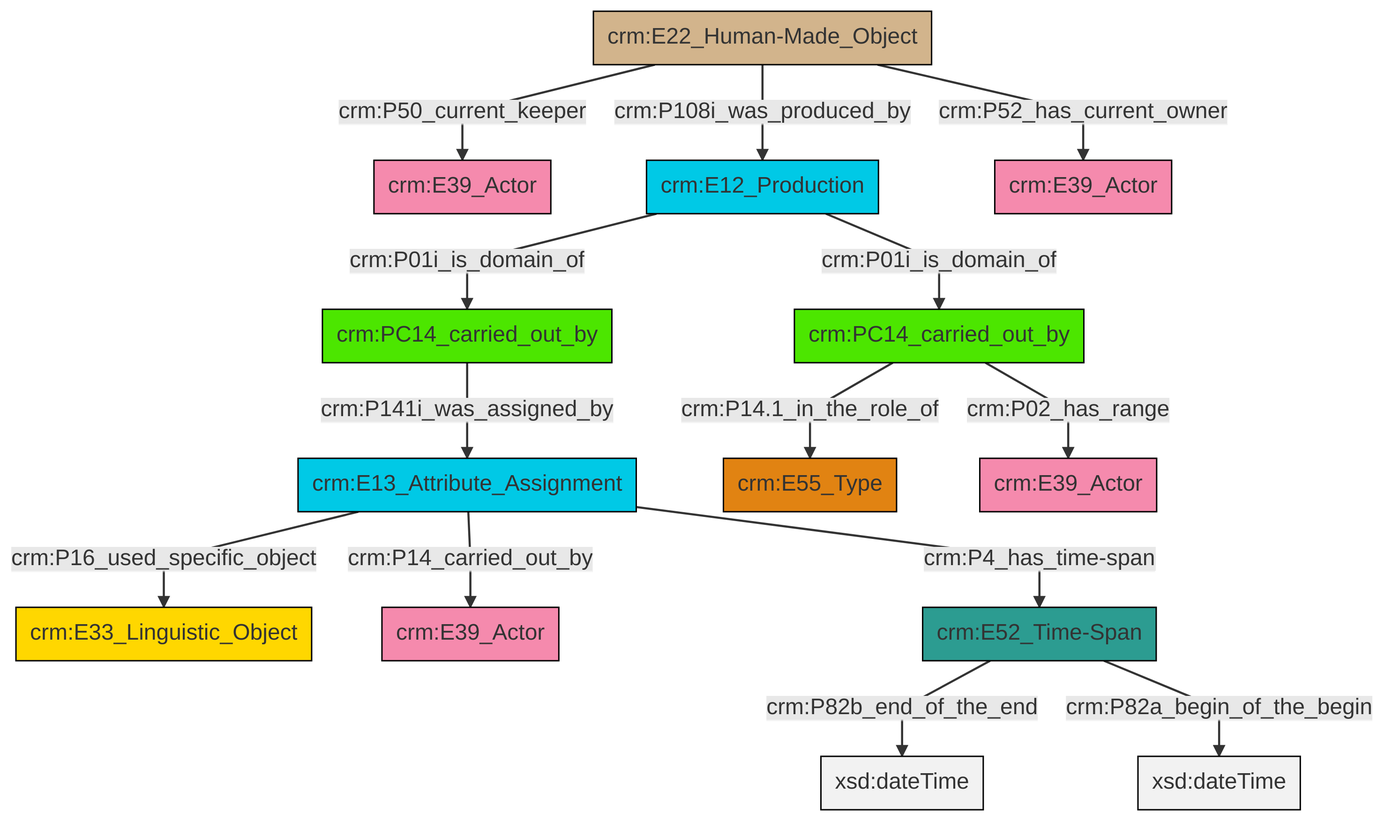
Before: et/carrierCSV/ttl/mmd/png/carrier_relations.png, a diagram exported from Mermaid (swiss-art-research-net/docs.swissartresearch). Its source is kept beside it as et/carrierCSV/ttl/mmd/carrier_relations.ttl.mmd.
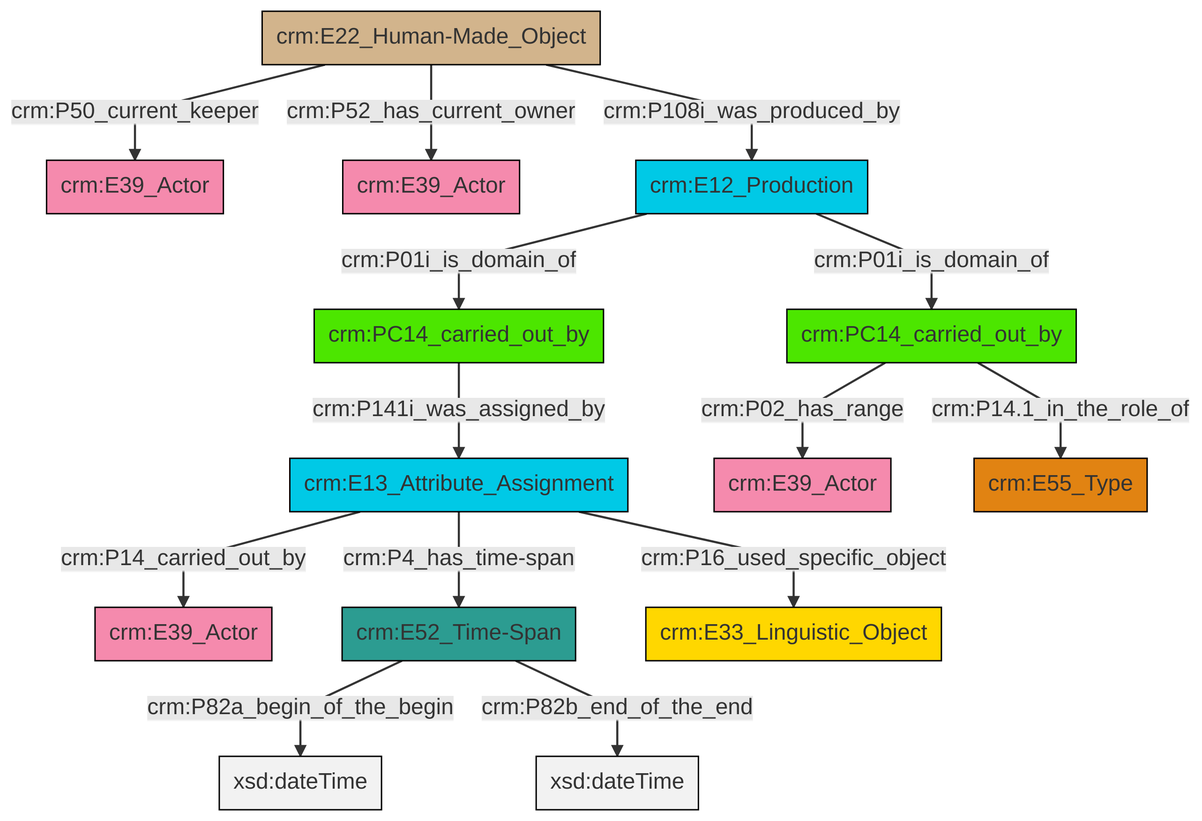
After the change.

What changed in the source:
```diff
@@ -13,16 +13,16 @@
 classDef PC_Classes fill:#4ce600, stroke:#000000;
 classDef Multi fill:#cccccc,stroke:#000000;
 
-0["crm:E52_Time-Span"]:::Time-Span -->|crm:P82b_end_of_the_end| 1[xsd:dateTime]:::Literal
-4["crm:PC14_carried_out_by"]:::PC_Classes -->|crm:P14.1_in_the_role_of| 5["crm:E55_Type"]:::Type
-6["crm:PC14_carried_out_by"]:::PC_Classes -->|crm:P141i_was_assigned_by| 7["crm:E13_Attribute_Assignment"]:::Temporal_Entity
-8["crm:E22_Human-Made_Object"]:::Physical_Thing -->|crm:P50_current_keeper| 9["crm:E39_Actor"]:::Actor
-0["crm:E52_Time-Span"]:::Time-Span -->|crm:P82a_begin_of_the_begin| 12[xsd:dateTime]:::Literal
-8["crm:E22_Human-Made_Object"]:::Physical_Thing -->|crm:P108i_was_produced_by| 10["crm:E12_Production"]:::Temporal_Entity
-7["crm:E13_Attribute_Assignment"]:::Temporal_Entity -->|crm:P16_used_specific_object| 13["crm:E33_Linguistic_Object"]:::Conceptual_Object
-4["crm:PC14_carried_out_by"]:::PC_Classes -->|crm:P02_has_range| 17["crm:E39_Actor"]:::Actor
-8["crm:E22_Human-Made_Object"]:::Physical_Thing -->|crm:P52_has_current_owner| 2["crm:E39_Actor"]:::Actor
-10["crm:E12_Production"]:::Temporal_Entity -->|crm:P01i_is_domain_of| 6["crm:PC14_carried_out_by"]:::PC_Classes
-10["crm:E12_Production"]:::Temporal_Entity -->|crm:P01i_is_domain_of| 4["crm:PC14_carried_out_by"]:::PC_Classes
-7["crm:E13_Attribute_Assignment"]:::Temporal_Entity -->|crm:P14_carried_out_by| 23["crm:E39_Actor"]:::Actor
-7["crm:E13_Attribute_Assignment"]:::Temporal_Entity -->|crm:P4_has_time-span| 0["crm:E52_Time-Span"]:::Time-Span
+0["crm:E22_Human-Made_Object"]:::Physical_Thing -->|crm:P50_current_keeper| 1["crm:E39_Actor"]:::Actor
+2["crm:E52_Time-Span"]:::Time-Span -->|crm:P82a_begin_of_the_begin| 3[xsd:dateTime]:::Literal
+0["crm:E22_Human-Made_Object"]:::Physical_Thing -->|crm:P52_has_current_owner| 4["crm:E39_Actor"]:::Actor
+6["crm:PC14_carried_out_by"]:::PC_Classes -->|crm:P02_has_range| 7["crm:E39_Actor"]:::Actor
+8["crm:PC14_carried_out_by"]:::PC_Classes -->|crm:P141i_was_assigned_by| 9["crm:E13_Attribute_Assignment"]:::Temporal_Entity
+2["crm:E52_Time-Span"]:::Time-Span -->|crm:P82b_end_of_the_end| 10[xsd:dateTime]:::Literal
+11["crm:E12_Production"]:::Temporal_Entity -->|crm:P01i_is_domain_of| 8["crm:PC14_carried_out_by"]:::PC_Classes
+9["crm:E13_Attribute_Assignment"]:::Temporal_Entity -->|crm:P14_carried_out_by| 12["crm:E39_Actor"]:::Actor
+11["crm:E12_Production"]:::Temporal_Entity -->|crm:P01i_is_domain_of| 6["crm:PC14_carried_out_by"]:::PC_Classes
+6["crm:PC14_carried_out_by"]:::PC_Classes -->|crm:P14.1_in_the_role_of| 13["crm:E55_Type"]:::Type
+0["crm:E22_Human-Made_Object"]:::Physical_Thing -->|crm:P108i_was_produced_by| 11["crm:E12_Production"]:::Temporal_Entity
+9["crm:E13_Attribute_Assignment"]:::Temporal_Entity -->|crm:P4_has_time-span| 2["crm:E52_Time-Span"]:::Time-Span
+9["crm:E13_Attribute_Assignment"]:::Temporal_Entity -->|crm:P16_used_specific_object| 19["crm:E33_Linguistic_Object"]:::Conceptual_Object
```
